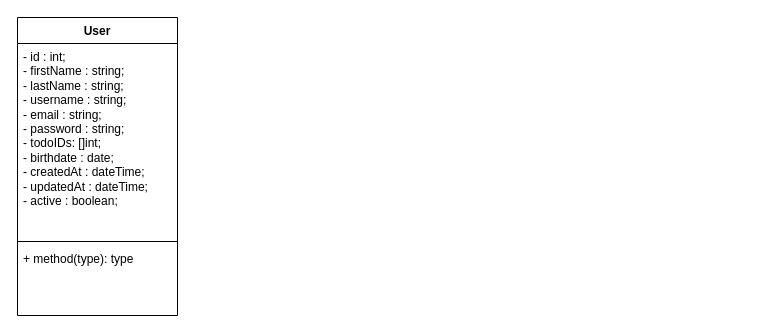
joaofilippe/todoGo keeps this draw.io diagram as Diagrama sem nome.drawio. Above is the earlier version. Source tidied: cells renumbered, new cells numbered last; positions are measured from the earlier drawing's top-left corner, leaving out a move shared by most shapes. Both pictures are drawn from the tidied source at 100%, with x=0, y=0 at pixel (17, 17).
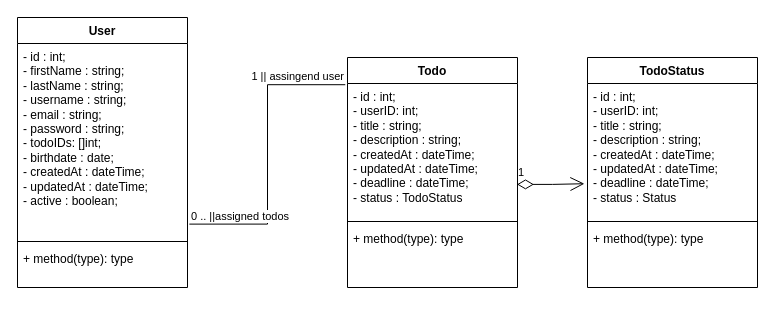
Above is the later version.

Diff of the diagram source:
```diff
@@
 <mxGraphModel>
   <root>
     <mxCell id="0" />
     <mxCell id="1" parent="0" />
     <mxCell id="2" value="User" style="swimlane;fontStyle=1;align=center;verticalAlign=top;horizontal=1;startSize=26;whiteSpace=wrap;html=1;" parent="1" vertex="1">
-      <mxGeometry width="160" height="298" as="geometry" />
+      <mxGeometry width="170" height="270" as="geometry" />
     </mxCell>
     <mxCell id="3" value="- id : int;&lt;br style=&quot;border-color: var(--border-color);&quot;&gt;&lt;span style=&quot;border-color: var(--border-color); background-color: initial;&quot;&gt;- firstName : string;&lt;br style=&quot;border-color: var(--border-color);&quot;&gt;- lastName : string;&lt;br style=&quot;border-color: var(--border-color);&quot;&gt;- username : string;&lt;br style=&quot;border-color: var(--border-color);&quot;&gt;- email : string;&lt;br style=&quot;border-color: var(--border-color);&quot;&gt;- password : string;&lt;br style=&quot;border-color: var(--border-color);&quot;&gt;- todoIDs: []int;&lt;br style=&quot;border-color: var(--border-color);&quot;&gt;- birthdate : date;&lt;br style=&quot;border-color: var(--border-color);&quot;&gt;- createdAt : dateTime;&lt;br style=&quot;border-color: var(--border-color);&quot;&gt;- updatedAt : dateTime;&lt;br style=&quot;border-color: var(--border-color);&quot;&gt;- active : boolean;&lt;/span&gt;" style="text;strokeColor=none;fillColor=none;align=left;verticalAlign=top;spacingLeft=4;spacingRight=4;overflow=hidden;points=[[0,0.5],[1,0.5]];portConstraint=eastwest;whiteSpace=wrap;html=1;" parent="2" vertex="1">
-      <mxGeometry y="26" width="160" height="194" as="geometry" />
+      <mxGeometry y="26" width="170" height="194" as="geometry" />
     </mxCell>
     <mxCell id="4" style="line;strokeWidth=1;fillColor=none;align=left;verticalAlign=middle;spacingTop=-1;spacingLeft=3;spacingRight=3;labelPosition=right;strokeColor=inherit;" parent="2" vertex="1">
-      <mxGeometry y="220" width="160" height="8" as="geometry" />
+      <mxGeometry y="220" width="170" height="8" as="geometry" />
     </mxCell>
     <mxCell id="5" value="+ method(type): type" style="text;strokeColor=none;fillColor=none;align=left;verticalAlign=top;spacingLeft=4;spacingRight=4;overflow=hidden;whiteSpace=wrap;html=1;" parent="2" vertex="1">
-      <mxGeometry y="228" width="160" height="70" as="geometry" />
+      <mxGeometry y="228" width="170" height="42" as="geometry" />
     </mxCell>
+    <mxCell id="6" value="Todo" style="swimlane;fontStyle=1;align=center;verticalAlign=top;horizontal=1;startSize=26;whiteSpace=wrap;html=1;" parent="1" vertex="1">
+      <mxGeometry x="330" y="40" width="170" height="230" as="geometry" />
+    </mxCell>
+    <mxCell id="7" value="- id : int;&lt;br style=&quot;border-color: var(--border-color);&quot;&gt;&lt;span style=&quot;border-color: var(--border-color); background-color: initial;&quot;&gt;- userID: int;&lt;br&gt;- title : string;&lt;br&gt;- description : string;&lt;br&gt;- createdAt : dateTime;&lt;br&gt;- updatedAt : dateTime;&lt;br&gt;- deadline : dateTime;&lt;br&gt;- status :&amp;nbsp;TodoStatus&lt;br&gt;&lt;/span&gt;" style="text;strokeColor=none;fillColor=none;align=left;verticalAlign=top;spacingLeft=4;spacingRight=4;overflow=hidden;points=[[0,0.5],[1,0.5]];portConstraint=eastwest;whiteSpace=wrap;html=1;" parent="6" vertex="1">
+      <mxGeometry y="26" width="170" height="134" as="geometry" />
+    </mxCell>
+    <mxCell id="8" style="line;strokeWidth=1;fillColor=none;align=left;verticalAlign=middle;spacingTop=-1;spacingLeft=3;spacingRight=3;labelPosition=right;strokeColor=inherit;" parent="6" vertex="1">
+      <mxGeometry y="160" width="170" height="8" as="geometry" />
+    </mxCell>
+    <mxCell id="9" value="+ method(type): type" style="text;strokeColor=none;fillColor=none;align=left;verticalAlign=top;spacingLeft=4;spacingRight=4;overflow=hidden;whiteSpace=wrap;html=1;" parent="6" vertex="1">
+      <mxGeometry y="168" width="170" height="62" as="geometry" />
+    </mxCell>
+    <mxCell id="10" value="TodoStatus" style="swimlane;fontStyle=1;align=center;verticalAlign=top;horizontal=1;startSize=26;whiteSpace=wrap;html=1;" parent="1" vertex="1">
+      <mxGeometry x="570" y="40" width="170" height="230" as="geometry" />
+    </mxCell>
+    <mxCell id="11" value="- id : int;&lt;br style=&quot;border-color: var(--border-color);&quot;&gt;&lt;span style=&quot;border-color: var(--border-color); background-color: initial;&quot;&gt;- userID: int;&lt;br&gt;- title : string;&lt;br&gt;- description : string;&lt;br&gt;- createdAt : dateTime;&lt;br&gt;- updatedAt : dateTime;&lt;br&gt;- deadline : dateTime;&lt;br&gt;- status : Status&lt;br&gt;&lt;/span&gt;" style="text;strokeColor=none;fillColor=none;align=left;verticalAlign=top;spacingLeft=4;spacingRight=4;overflow=hidden;points=[[0,0.5],[1,0.5]];portConstraint=eastwest;whiteSpace=wrap;html=1;" parent="10" vertex="1">
+      <mxGeometry y="26" width="170" height="134" as="geometry" />
+    </mxCell>
+    <mxCell id="12" style="line;strokeWidth=1;fillColor=none;align=left;verticalAlign=middle;spacingTop=-1;spacingLeft=3;spacingRight=3;labelPosition=right;strokeColor=inherit;" parent="10" vertex="1">
+      <mxGeometry y="160" width="170" height="8" as="geometry" />
+    </mxCell>
+    <mxCell id="13" value="+ method(type): type" style="text;strokeColor=none;fillColor=none;align=left;verticalAlign=top;spacingLeft=4;spacingRight=4;overflow=hidden;whiteSpace=wrap;html=1;" parent="10" vertex="1">
+      <mxGeometry y="168" width="170" height="62" as="geometry" />
+    </mxCell>
+    <mxCell id="14" value="1" style="endArrow=open;html=1;endSize=12;startArrow=diamondThin;startSize=14;startFill=0;edgeStyle=orthogonalEdgeStyle;align=left;verticalAlign=bottom;rounded=0;entryX=-0.018;entryY=0.748;entryDx=0;entryDy=0;entryPerimeter=0;exitX=0.997;exitY=0.753;exitDx=0;exitDy=0;exitPerimeter=0;" parent="1" edge="1" source="7" target="11">
+      <mxGeometry x="-1" y="3" relative="1" as="geometry" />
+    </mxCell>
+    <mxCell id="15" style="endArrow=none;html=1;edgeStyle=orthogonalEdgeStyle;rounded=0;entryX=-0.013;entryY=0.009;entryDx=0;entryDy=0;exitX=1.011;exitY=0.931;exitDx=0;exitDy=0;exitPerimeter=0;entryPerimeter=0;" parent="1" edge="1" source="3" target="7">
+      <mxGeometry relative="1" as="geometry" />
+    </mxCell>
+    <mxCell id="16" value="0 .. ||assigned todos" style="edgeLabel;html=1;align=left;verticalAlign=bottom;" parent="15" vertex="1">
+      <mxGeometry x="-1" relative="1" as="geometry" />
+    </mxCell>
+    <mxCell id="17" value="1 || assingend user" style="edgeLabel;html=1;align=right;verticalAlign=bottom;" parent="15" vertex="1">
+      <mxGeometry x="1" relative="1" as="geometry" />
+    </mxCell>
   </root>
 </mxGraphModel>
```
